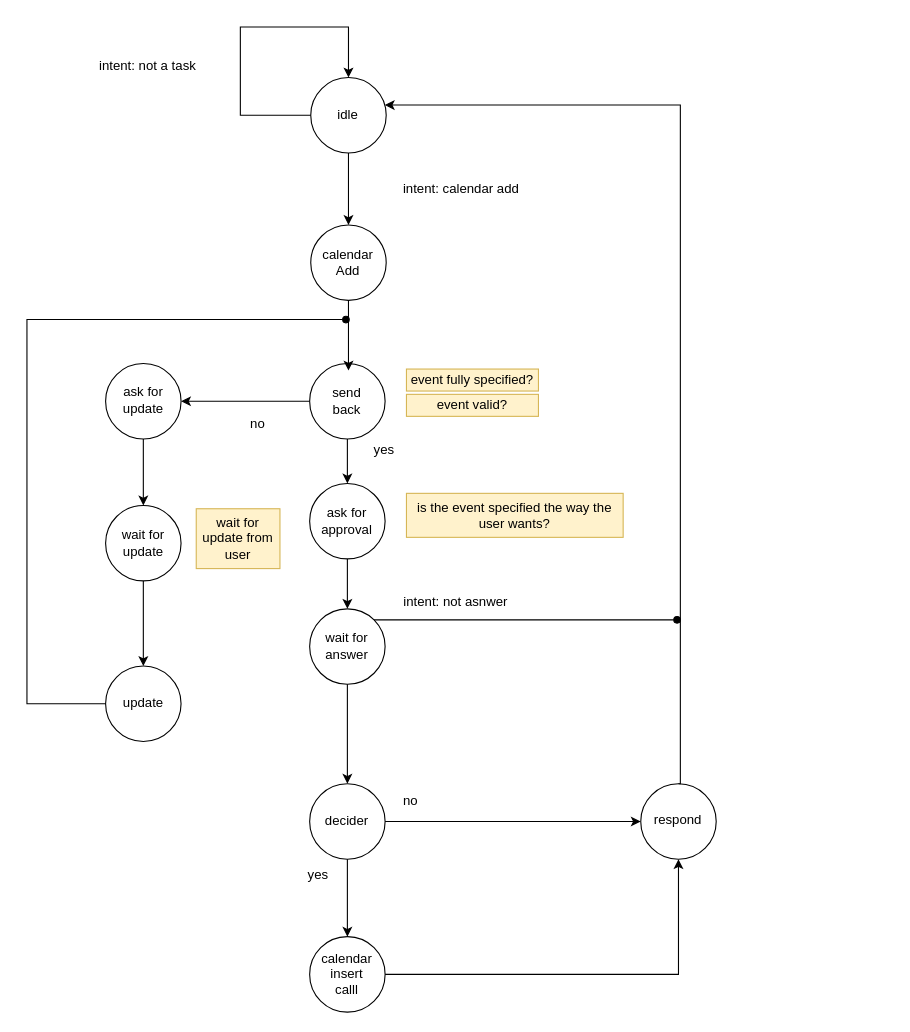
This is diagrams/fsm_home_assis.drawio from MarcusGitAccount/home_assistant_ro, a draw.io file, before an edit. Source tidied: cells renumbered, new cells numbered last; positions are measured from the earlier drawing's top-left corner, leaving out a move shared by most shapes. Both pictures are drawn from the tidied source at 110%, with x=0, y=0 at pixel (26, 26).
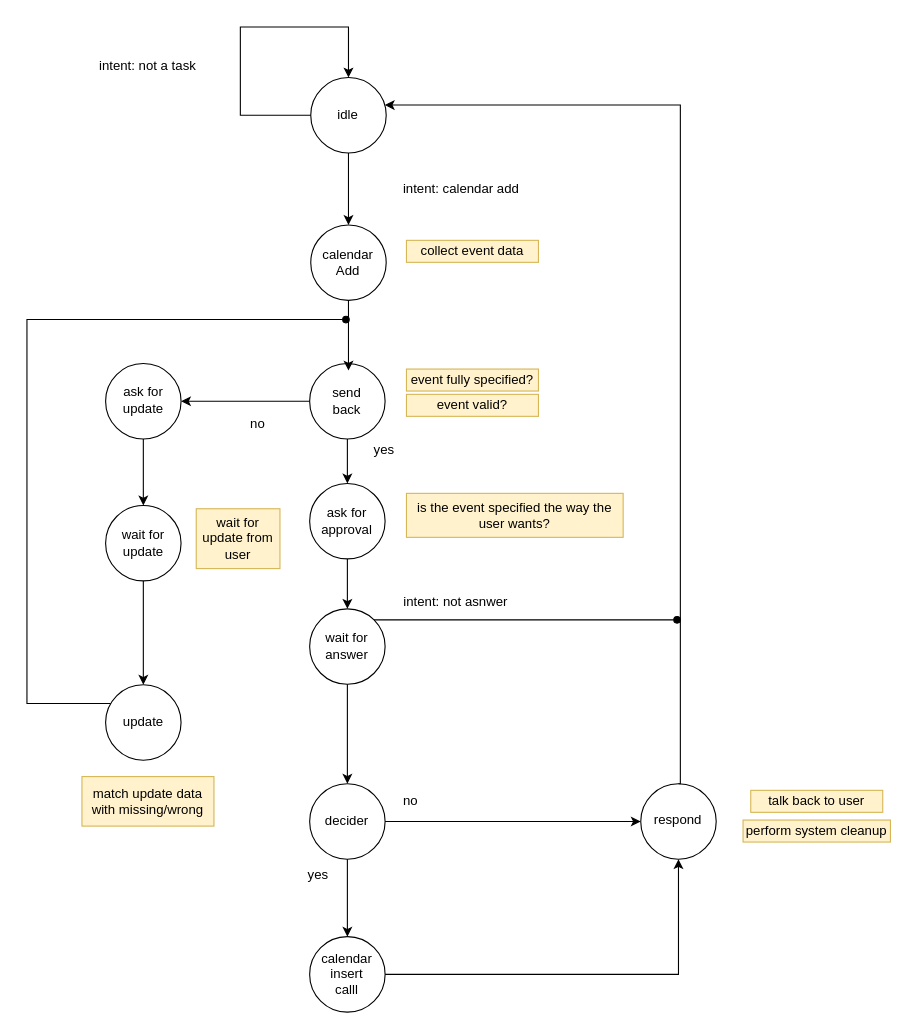
Above is the later version.

Commit message (it also covers changes not shown here):
Working state machine for adding event

Change to the diagram source:
```diff
@@
     <mxCell id="31" style="group;" parent="1" vertex="1">
-      <mxGeometry x="71.5" y="581" width="77" height="69" as="geometry" />
+      <mxGeometry x="71.5" y="598" width="77" height="69" as="geometry" />
     </mxCell>
@@
+    <mxCell id="66" value="talk back to user" style="text;html=1;strokeColor=#d6b656;fillColor=#fff2cc;align=center;verticalAlign=middle;whiteSpace=wrap;rounded=0;labelBackgroundColor=none;" parent="1" vertex="1">
+      <mxGeometry x="658" y="694" width="120" height="20" as="geometry" />
+    </mxCell>
+    <mxCell id="67" value="perform system cleanup" style="text;html=1;strokeColor=#d6b656;fillColor=#fff2cc;align=center;verticalAlign=middle;whiteSpace=wrap;rounded=0;labelBackgroundColor=none;" parent="1" vertex="1">
+      <mxGeometry x="651" y="721" width="134" height="20" as="geometry" />
+    </mxCell>
+    <mxCell id="68" value="match update data with missing/wrong" style="text;html=1;strokeColor=#d6b656;fillColor=#fff2cc;align=center;verticalAlign=middle;whiteSpace=wrap;rounded=0;labelBackgroundColor=none;" parent="1" vertex="1">
+      <mxGeometry x="50" y="681.5" width="120" height="45" as="geometry" />
+    </mxCell>
+    <mxCell id="69" value="collect event data" style="text;html=1;strokeColor=#d6b656;fillColor=#fff2cc;align=center;verticalAlign=middle;whiteSpace=wrap;rounded=0;labelBackgroundColor=none;" parent="1" vertex="1">
+      <mxGeometry x="345" y="194" width="120" height="20" as="geometry" />
+    </mxCell>
```
